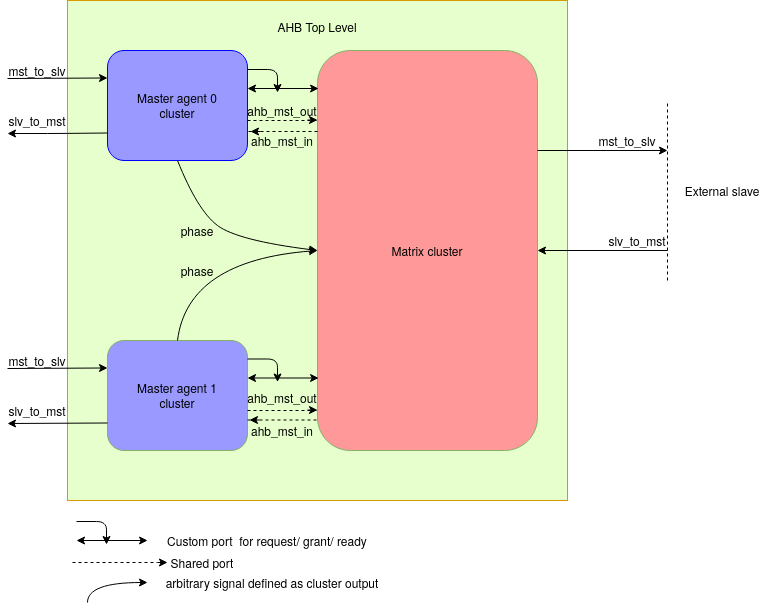
Above: figs/Verif/Verif_block.png in Ovsthus/hovsthus_thesis (draw.io), before the change. Source tidied: cells renumbered, new cells last; positions are measured from the earlier drawing's top-left corner, leaving out a move shared by most shapes.
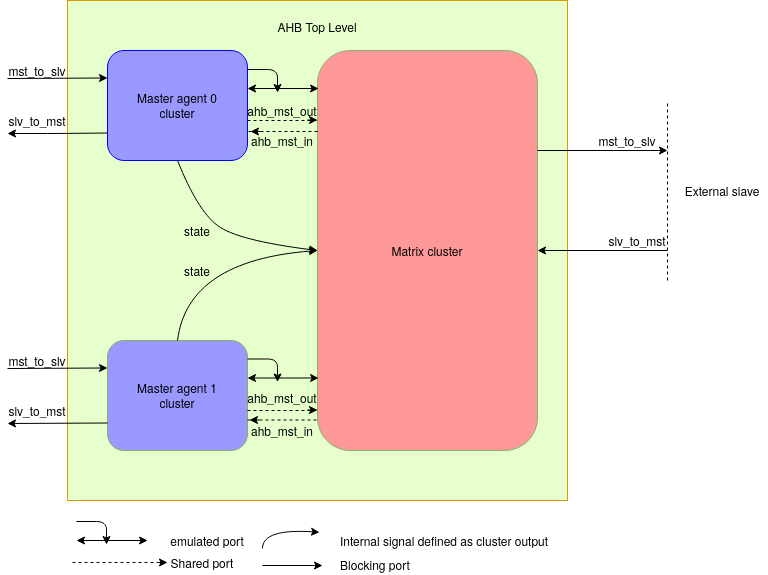
After the change.

What changed in the source:
```diff
@@ -135,10 +135,10 @@
         </Array>
       </mxGeometry>
     </mxCell>
-    <mxCell id="31" value="&lt;div&gt;phase&lt;/div&gt;" style="text;html=1;strokeColor=none;fillColor=none;align=center;verticalAlign=middle;whiteSpace=wrap;rounded=0;" parent="1" vertex="1">
+    <mxCell id="31" value="state" style="text;html=1;strokeColor=none;fillColor=none;align=center;verticalAlign=middle;whiteSpace=wrap;rounded=0;" parent="1" vertex="1">
       <mxGeometry x="170" y="260" width="40" height="20" as="geometry" />
     </mxCell>
-    <mxCell id="32" value="&lt;div&gt;phase&lt;/div&gt;" style="text;html=1;strokeColor=none;fillColor=none;align=center;verticalAlign=middle;whiteSpace=wrap;rounded=0;" parent="1" vertex="1">
+    <mxCell id="32" value="state" style="text;html=1;strokeColor=none;fillColor=none;align=center;verticalAlign=middle;whiteSpace=wrap;rounded=0;" parent="1" vertex="1">
       <mxGeometry x="170" y="220" width="40" height="20" as="geometry" />
     </mxCell>
     <mxCell id="33" style="endArrow=none;dashed=1;html=1;" parent="1" edge="1">
@@ -158,14 +158,14 @@
     </mxCell>
     <mxCell id="36" style="curved=1;endArrow=classic;html=1;" parent="1" edge="1" target="37">
       <mxGeometry relative="1" as="geometry">
-        <mxPoint x="80" y="602" as="sourcePoint" />
+        <mxPoint x="255" y="548" as="sourcePoint" />
         <Array as="points">
-          <mxPoint x="80" y="582" />
+          <mxPoint x="255" y="528" />
         </Array>
       </mxGeometry>
     </mxCell>
-    <mxCell id="37" value="&lt;div&gt;arbitrary signal defined as cluster output&lt;/div&gt;" style="text;html=1;strokeColor=none;fillColor=none;align=center;verticalAlign=middle;whiteSpace=wrap;rounded=0;" parent="1" vertex="1">
-      <mxGeometry x="140" y="572" width="250" height="20" as="geometry" />
+    <mxCell id="37" value="&lt;div&gt;Internal signal defined as cluster output&lt;/div&gt;" style="text;html=1;strokeColor=none;fillColor=none;align=center;verticalAlign=middle;whiteSpace=wrap;rounded=0;" parent="1" vertex="1">
+      <mxGeometry x="312" y="530" width="250" height="20" as="geometry" />
     </mxCell>
     <mxCell id="38" style="endArrow=classic;startArrow=classic;html=1;entryX=0.005;entryY=0.115;entryDx=0;entryDy=0;entryPerimeter=0;" parent="1" edge="1">
       <mxGeometry relative="1" as="geometry">
@@ -203,8 +203,8 @@
         <mxPoint x="140.1" y="540" as="targetPoint" />
       </mxGeometry>
     </mxCell>
-    <mxCell id="43" value="Custom port&amp;nbsp; for request/ grant/ ready" style="text;html=1;strokeColor=none;fillColor=none;align=center;verticalAlign=middle;whiteSpace=wrap;rounded=0;" parent="1" vertex="1">
-      <mxGeometry x="150" y="530" width="220" height="20" as="geometry" />
+    <mxCell id="43" value="emulated port " style="text;html=1;strokeColor=none;fillColor=none;align=center;verticalAlign=middle;whiteSpace=wrap;rounded=0;" parent="1" vertex="1">
+      <mxGeometry x="150" y="530" width="100" height="20" as="geometry" />
     </mxCell>
     <mxCell id="44" style="endArrow=none;dashed=1;html=1;" parent="1" edge="1">
       <mxGeometry relative="1" as="geometry">
@@ -230,5 +230,14 @@
         <mxPoint x="310" y="119.5" as="targetPoint" />
       </mxGeometry>
     </mxCell>
+    <mxCell id="48" style="endArrow=classic;html=1;" parent="1" edge="1">
+      <mxGeometry relative="1" as="geometry">
+        <mxPoint x="255" y="565" as="sourcePoint" />
+        <mxPoint x="315" y="565" as="targetPoint" />
+      </mxGeometry>
+    </mxCell>
+    <mxCell id="49" value="Blocking port" style="text;html=1;strokeColor=none;fillColor=none;align=center;verticalAlign=middle;whiteSpace=wrap;rounded=0;" parent="1" vertex="1">
+      <mxGeometry x="308" y="554" width="120" height="20" as="geometry" />
+    </mxCell>
   </root>
 </mxGraphModel>
```
